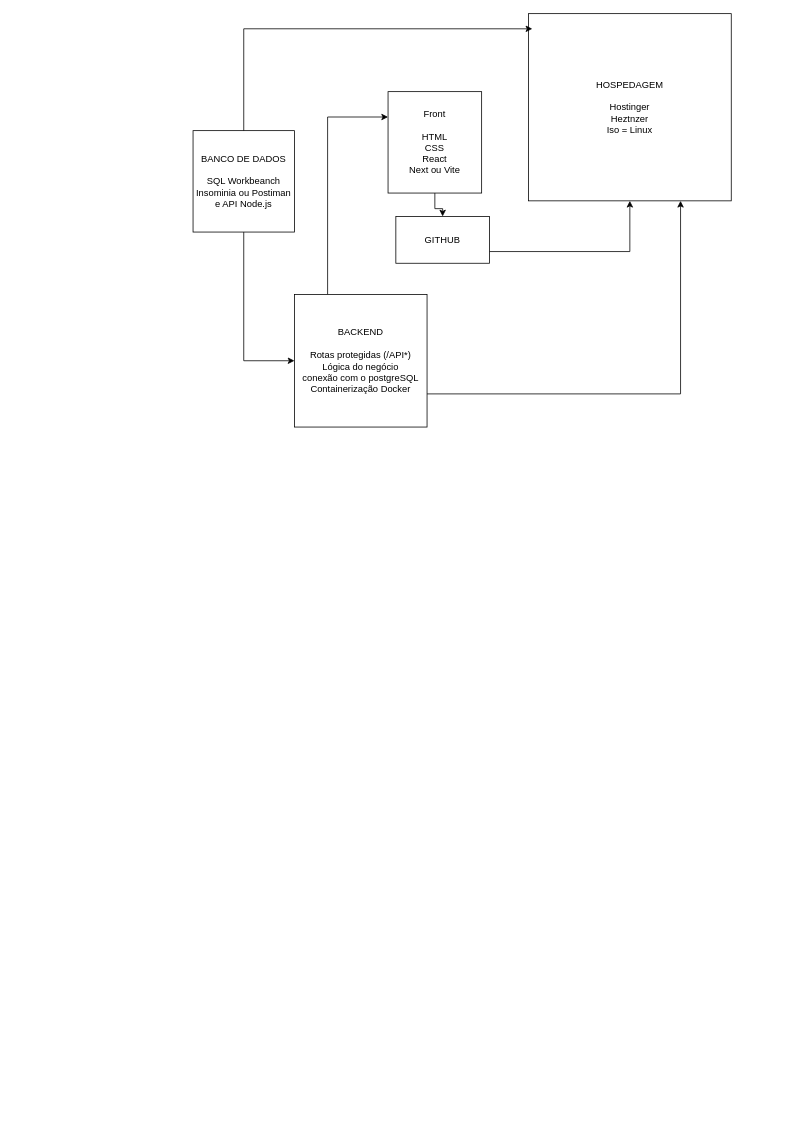
Above: Diagrama sem nome.drawio in GabrielGallo1/petshop_system (draw.io), before the change. Source tidied: cells renumbered, new cells numbered last; positions are measured from the earlier drawing's top-left corner, leaving out a move shared by most shapes. Both pictures are drawn from the tidied source at 78%, with x=0, y=0 at pixel (193, 13).
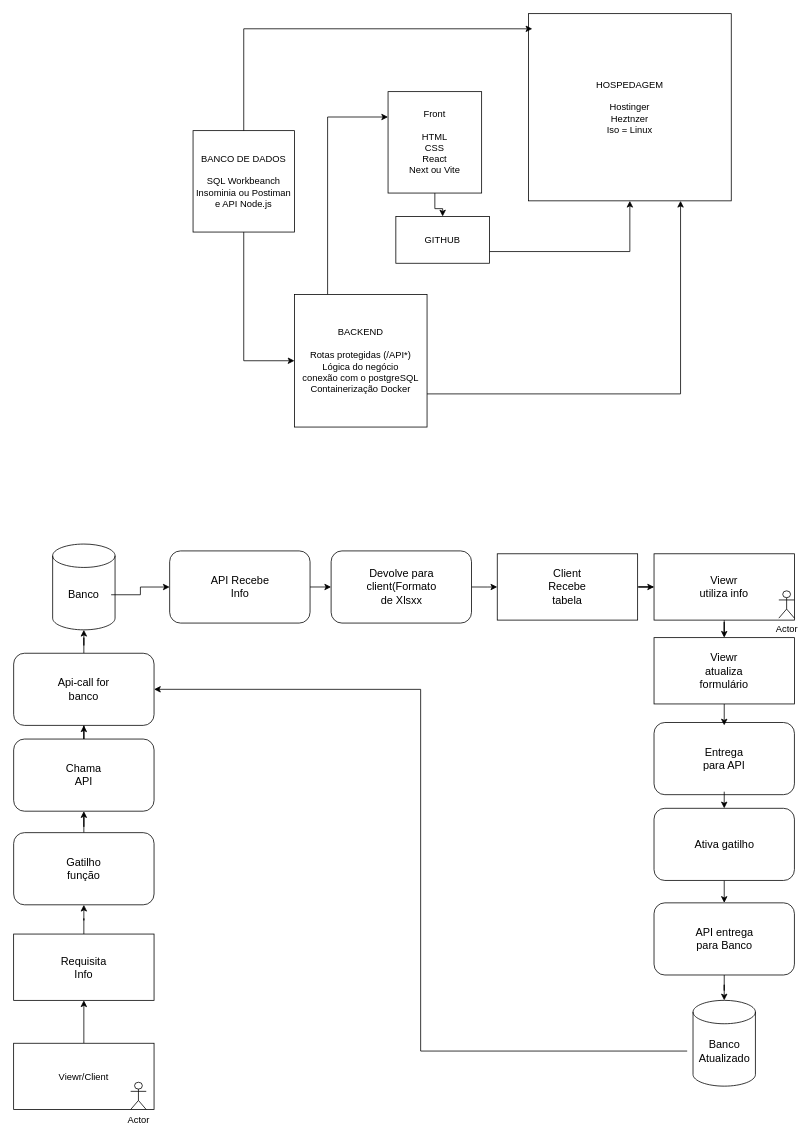
The same diagram, later.

Commit message:
New-Diagram for Petshop

Unchanged cells that the change refers to:
```xml
<mxCell id="6" value="BANCO DE DADOS&lt;div&gt;&lt;br&gt;&lt;/div&gt;&lt;div&gt;SQL Workbeanch&lt;/div&gt;&lt;div&gt;Insominia ou Postiman&lt;/div&gt;&lt;div&gt;e API Node.js&lt;/div&gt;" style="whiteSpace=wrap;html=1;" parent="1" vertex="1">
  <mxGeometry y="150" width="130" height="130" as="geometry" />
</mxCell>
```

What changed in the source:
```diff
@@
+    <mxCell id="14" style="rounded=1;whiteSpace=wrap;html=1;" parent="1" vertex="1">
+      <mxGeometry x="591" y="908.8" width="180" height="92.5" as="geometry" />
+    </mxCell>
+    <mxCell id="15" style="edgeStyle=orthogonalEdgeStyle;rounded=0;jettySize=auto;html=1;exitX=0.5;exitY=0;exitDx=0;exitDy=0;" parent="1" edge="1" source="16" target="22">
+      <mxGeometry relative="1" as="geometry" />
+    </mxCell>
+    <mxCell id="16" style="rounded=0;whiteSpace=wrap;html=1;" parent="1" vertex="1">
+      <mxGeometry x="-230" y="1180" width="180" height="85" as="geometry" />
+    </mxCell>
+    <mxCell id="17" value="&lt;span style=&quot;font-size: 14px;&quot;&gt;Requisita Info&lt;/span&gt;" style="text;strokeColor=none;align=center;fillColor=none;html=1;verticalAlign=middle;whiteSpace=wrap;rounded=0;" parent="1" vertex="1">
+      <mxGeometry x="-175" y="1207.5" width="70" height="30" as="geometry" />
+    </mxCell>
+    <mxCell id="18" style="edgeStyle=orthogonalEdgeStyle;rounded=0;jettySize=auto;html=1;exitX=0.5;exitY=0;exitDx=0;exitDy=0;" parent="1" edge="1" source="19" target="16">
+      <mxGeometry relative="1" as="geometry" />
+    </mxCell>
+    <mxCell id="19" value="Viewr/Client" style="rounded=0;whiteSpace=wrap;html=1;" parent="1" vertex="1">
+      <mxGeometry x="-230" y="1320" width="180" height="85" as="geometry" />
+    </mxCell>
+    <mxCell id="20" value="Actor" style="shape=umlActor;verticalLabelPosition=bottom;verticalAlign=top;html=1;" parent="1" vertex="1">
+      <mxGeometry x="-80" y="1370" width="20" height="35" as="geometry" />
+    </mxCell>
+    <mxCell id="21" style="edgeStyle=orthogonalEdgeStyle;rounded=0;jettySize=auto;html=1;exitX=0.5;exitY=0;exitDx=0;exitDy=0;" parent="1" edge="1" source="22" target="25">
+      <mxGeometry relative="1" as="geometry" />
+    </mxCell>
+    <mxCell id="22" style="rounded=1;whiteSpace=wrap;html=1;" parent="1" vertex="1">
+      <mxGeometry x="-230" y="1050" width="180" height="92.5" as="geometry" />
+    </mxCell>
+    <mxCell id="23" value="&lt;span style=&quot;font-size: 14px;&quot;&gt;Gatilho função&lt;/span&gt;" style="text;strokeColor=none;align=center;fillColor=none;html=1;verticalAlign=middle;whiteSpace=wrap;rounded=0;" parent="1" vertex="1">
+      <mxGeometry x="-175" y="1081.2" width="70" height="30" as="geometry" />
+    </mxCell>
+    <mxCell id="24" style="edgeStyle=orthogonalEdgeStyle;rounded=0;jettySize=auto;html=1;exitX=0.5;exitY=0;exitDx=0;exitDy=0;" parent="1" edge="1" source="25" target="28">
+      <mxGeometry relative="1" as="geometry" />
+    </mxCell>
+    <mxCell id="25" style="rounded=1;whiteSpace=wrap;html=1;" parent="1" vertex="1">
+      <mxGeometry x="-230" y="930" width="180" height="92.5" as="geometry" />
+    </mxCell>
+    <mxCell id="26" value="&lt;span style=&quot;font-size: 14px;&quot;&gt;Chama API&lt;/span&gt;" style="text;strokeColor=none;align=center;fillColor=none;html=1;verticalAlign=middle;whiteSpace=wrap;rounded=0;" parent="1" vertex="1">
+      <mxGeometry x="-175" y="961.2" width="70" height="30" as="geometry" />
+    </mxCell>
+    <mxCell id="27" style="edgeStyle=orthogonalEdgeStyle;rounded=0;jettySize=auto;html=1;exitX=0.5;exitY=0;exitDx=0;exitDy=0;" parent="1" edge="1" source="28" target="30">
+      <mxGeometry relative="1" as="geometry" />
+    </mxCell>
+    <mxCell id="28" style="rounded=1;whiteSpace=wrap;html=1;" parent="1" vertex="1">
+      <mxGeometry x="-230" y="820" width="180" height="92.5" as="geometry" />
+    </mxCell>
+    <mxCell id="29" value="&lt;span style=&quot;font-size: 14px;&quot;&gt;Api-call for banco&lt;/span&gt;" style="text;strokeColor=none;align=center;fillColor=none;html=1;verticalAlign=middle;whiteSpace=wrap;rounded=0;" parent="1" vertex="1">
+      <mxGeometry x="-175" y="851.2" width="70" height="30" as="geometry" />
+    </mxCell>
+    <mxCell id="30" style="shape=cylinder3;whiteSpace=wrap;html=1;boundedLbl=1;backgroundOutline=1;size=15;" parent="1" vertex="1">
+      <mxGeometry x="-180" y="680" width="80" height="110" as="geometry" />
+    </mxCell>
+    <mxCell id="31" style="edgeStyle=orthogonalEdgeStyle;rounded=0;jettySize=auto;html=1;exitX=1;exitY=0.5;exitDx=0;exitDy=0;" parent="1" edge="1" source="32" target="34">
+      <mxGeometry relative="1" as="geometry" />
+    </mxCell>
+    <mxCell id="32" value="&lt;span style=&quot;font-size: 14px;&quot;&gt;Banco&lt;/span&gt;" style="text;strokeColor=none;align=center;fillColor=none;html=1;verticalAlign=middle;whiteSpace=wrap;rounded=0;" parent="1" vertex="1">
+      <mxGeometry x="-175" y="730" width="70" height="30" as="geometry" />
+    </mxCell>
+    <mxCell id="33" style="edgeStyle=orthogonalEdgeStyle;rounded=0;jettySize=auto;html=1;exitX=1;exitY=0.5;exitDx=0;exitDy=0;entryX=0;entryY=0.5;entryDx=0;entryDy=0;" parent="1" edge="1" source="34" target="37">
+      <mxGeometry relative="1" as="geometry" />
+    </mxCell>
+    <mxCell id="34" style="rounded=1;whiteSpace=wrap;html=1;" parent="1" vertex="1">
+      <mxGeometry x="-30" y="688.8" width="180" height="92.5" as="geometry" />
+    </mxCell>
+    <mxCell id="35" value="&lt;span style=&quot;font-size: 14px;&quot;&gt;API Recebe Info&lt;/span&gt;" style="text;strokeColor=none;align=center;fillColor=none;html=1;verticalAlign=middle;whiteSpace=wrap;rounded=0;" parent="1" vertex="1">
+      <mxGeometry x="12.5" y="720" width="95" height="30" as="geometry" />
+    </mxCell>
+    <mxCell id="36" style="edgeStyle=orthogonalEdgeStyle;rounded=0;jettySize=auto;html=1;exitX=1;exitY=0.5;exitDx=0;exitDy=0;" parent="1" edge="1" source="37" target="40">
+      <mxGeometry relative="1" as="geometry" />
+    </mxCell>
+    <mxCell id="37" style="rounded=1;whiteSpace=wrap;html=1;" parent="1" vertex="1">
+      <mxGeometry x="177" y="688.8" width="180" height="92.5" as="geometry" />
+    </mxCell>
+    <mxCell id="38" value="&lt;span style=&quot;font-size: 14px;&quot;&gt;Devolve para client(Formato de Xlsxx&lt;/span&gt;" style="text;strokeColor=none;align=center;fillColor=none;html=1;verticalAlign=middle;whiteSpace=wrap;rounded=0;" parent="1" vertex="1">
+      <mxGeometry x="219.5" y="720" width="95" height="30" as="geometry" />
+    </mxCell>
+    <mxCell id="39" style="edgeStyle=orthogonalEdgeStyle;rounded=0;jettySize=auto;html=1;exitX=1;exitY=0.5;exitDx=0;exitDy=0;" parent="1" edge="1" source="40" target="43">
+      <mxGeometry relative="1" as="geometry" />
+    </mxCell>
+    <mxCell id="40" style="rounded=0;whiteSpace=wrap;html=1;" parent="1" vertex="1">
+      <mxGeometry x="390" y="692.5" width="180" height="85" as="geometry" />
+    </mxCell>
+    <mxCell id="41" value="&lt;span style=&quot;font-size: 14px;&quot;&gt;Client Recebe tabela&lt;/span&gt;" style="text;strokeColor=none;align=center;fillColor=none;html=1;verticalAlign=middle;whiteSpace=wrap;rounded=0;" parent="1" vertex="1">
+      <mxGeometry x="445" y="720" width="70" height="30" as="geometry" />
+    </mxCell>
+    <mxCell id="42" style="edgeStyle=orthogonalEdgeStyle;rounded=0;jettySize=auto;html=1;exitX=0.5;exitY=1;exitDx=0;exitDy=0;" parent="1" edge="1" source="43" target="46">
+      <mxGeometry relative="1" as="geometry" />
+    </mxCell>
+    <mxCell id="43" style="rounded=0;whiteSpace=wrap;html=1;" parent="1" vertex="1">
+      <mxGeometry x="591" y="692.5" width="180" height="85" as="geometry" />
+    </mxCell>
+    <mxCell id="44" value="&lt;span style=&quot;font-size: 14px;&quot;&gt;Viewr utiliza info&lt;/span&gt;" style="text;strokeColor=none;align=center;fillColor=none;html=1;verticalAlign=middle;whiteSpace=wrap;rounded=0;" parent="1" vertex="1">
+      <mxGeometry x="646" y="720" width="70" height="30" as="geometry" />
+    </mxCell>
+    <mxCell id="45" style="edgeStyle=orthogonalEdgeStyle;rounded=0;jettySize=auto;html=1;exitX=0.5;exitY=1;exitDx=0;exitDy=0;entryX=0.5;entryY=0;entryDx=0;entryDy=0;" parent="1" edge="1" source="46">
+      <mxGeometry relative="1" as="geometry">
+        <mxPoint x="681" y="912.5" as="targetPoint" />
+      </mxGeometry>
+    </mxCell>
+    <mxCell id="46" style="rounded=0;whiteSpace=wrap;html=1;" parent="1" vertex="1">
+      <mxGeometry x="591" y="800" width="180" height="85" as="geometry" />
+    </mxCell>
+    <mxCell id="47" value="&lt;span style=&quot;font-size: 14px;&quot;&gt;Viewr atualiza formulário&lt;/span&gt;" style="text;strokeColor=none;align=center;fillColor=none;html=1;verticalAlign=middle;whiteSpace=wrap;rounded=0;" parent="1" vertex="1">
+      <mxGeometry x="646" y="827.5" width="70" height="30" as="geometry" />
+    </mxCell>
+    <mxCell id="48" style="edgeStyle=orthogonalEdgeStyle;rounded=0;jettySize=auto;html=1;exitX=0.5;exitY=1;exitDx=0;exitDy=0;entryX=0.5;entryY=0;entryDx=0;entryDy=0;" parent="1" edge="1" source="49" target="52">
+      <mxGeometry relative="1" as="geometry" />
+    </mxCell>
+    <mxCell id="49" style="rounded=1;whiteSpace=wrap;html=1;" parent="1" vertex="1">
+      <mxGeometry x="591" y="1018.8" width="180" height="92.5" as="geometry" />
+    </mxCell>
+    <mxCell id="50" value="&lt;span style=&quot;font-size: 14px;&quot;&gt;Ativa gatilho&lt;/span&gt;" style="text;strokeColor=none;align=center;fillColor=none;html=1;verticalAlign=middle;whiteSpace=wrap;rounded=0;" parent="1" vertex="1">
+      <mxGeometry x="633.5" y="1050" width="95" height="30" as="geometry" />
+    </mxCell>
+    <mxCell id="51" style="edgeStyle=orthogonalEdgeStyle;rounded=0;jettySize=auto;html=1;exitX=0.5;exitY=1;exitDx=0;exitDy=0;" parent="1" edge="1" source="52" target="54">
+      <mxGeometry relative="1" as="geometry" />
+    </mxCell>
+    <mxCell id="52" style="rounded=1;whiteSpace=wrap;html=1;" parent="1" vertex="1">
+      <mxGeometry x="591" y="1140" width="180" height="92.5" as="geometry" />
+    </mxCell>
+    <mxCell id="53" value="&lt;span style=&quot;font-size: 14px;&quot;&gt;API entrega para Banco&lt;/span&gt;" style="text;strokeColor=none;align=center;fillColor=none;html=1;verticalAlign=middle;whiteSpace=wrap;rounded=0;" parent="1" vertex="1">
+      <mxGeometry x="633.5" y="1171.2" width="95" height="30" as="geometry" />
+    </mxCell>
+    <mxCell id="54" style="shape=cylinder3;whiteSpace=wrap;html=1;boundedLbl=1;backgroundOutline=1;size=15;" parent="1" vertex="1">
+      <mxGeometry x="641" y="1265" width="80" height="110" as="geometry" />
+    </mxCell>
+    <mxCell id="55" style="edgeStyle=orthogonalEdgeStyle;rounded=0;jettySize=auto;html=1;entryX=1;entryY=0.5;entryDx=0;entryDy=0;" parent="1" edge="1" source="56" target="28">
+      <mxGeometry relative="1" as="geometry" />
+    </mxCell>
+    <mxCell id="56" value="&lt;span style=&quot;font-size: 14px;&quot;&gt;Banco&lt;/span&gt;&lt;div&gt;&lt;span style=&quot;font-size: 14px;&quot;&gt;Atualizado&lt;/span&gt;&lt;/div&gt;" style="text;strokeColor=none;align=center;fillColor=none;html=1;verticalAlign=middle;whiteSpace=wrap;rounded=0;" parent="1" vertex="1">
+      <mxGeometry x="633.5" y="1315" width="95" height="30" as="geometry" />
+    </mxCell>
+    <mxCell id="57" style="edgeStyle=orthogonalEdgeStyle;rounded=0;jettySize=auto;html=1;exitX=0.5;exitY=1;exitDx=0;exitDy=0;entryX=0.5;entryY=0;entryDx=0;entryDy=0;" parent="1" edge="1" target="49">
+      <mxGeometry relative="1" as="geometry">
+        <mxPoint x="681" y="997.5" as="sourcePoint" />
+      </mxGeometry>
+    </mxCell>
+    <mxCell id="58" value="&lt;span style=&quot;font-size: 14px;&quot;&gt;Entrega para API&lt;/span&gt;" style="text;strokeColor=none;align=center;fillColor=none;html=1;verticalAlign=middle;whiteSpace=wrap;rounded=0;" parent="1" vertex="1">
+      <mxGeometry x="646" y="940" width="70" height="30" as="geometry" />
+    </mxCell>
+    <mxCell id="59" value="Actor" style="shape=umlActor;verticalLabelPosition=bottom;verticalAlign=top;html=1;" parent="1" vertex="1">
+      <mxGeometry x="751" y="740" width="20" height="35" as="geometry" />
+    </mxCell>
@@
-    <mxCell id="5" style="edgeStyle=orthogonalEdgeStyle;rounded=0;jettySize=auto;html=1;exitX=0.5;exitY=0;exitDx=0;exitDy=0;" parent="1" edge="1" source="6">
-      <mxGeometry relative="1" as="geometry">
-        <mxPoint x="64.9" y="149.9" as="targetPoint" />
-      </mxGeometry>
-    </mxCell>
+    <mxCell id="60" style="edgeStyle=orthogonalEdgeStyle;rounded=0;jettySize=auto;html=1;exitX=0.5;exitY=0;exitDx=0;exitDy=0;" parent="1" edge="1" source="6">
+      <mxGeometry relative="1" as="geometry">
+        <mxPoint x="64.9" y="149.9" as="targetPoint" />
+      </mxGeometry>
+    </mxCell>
```
